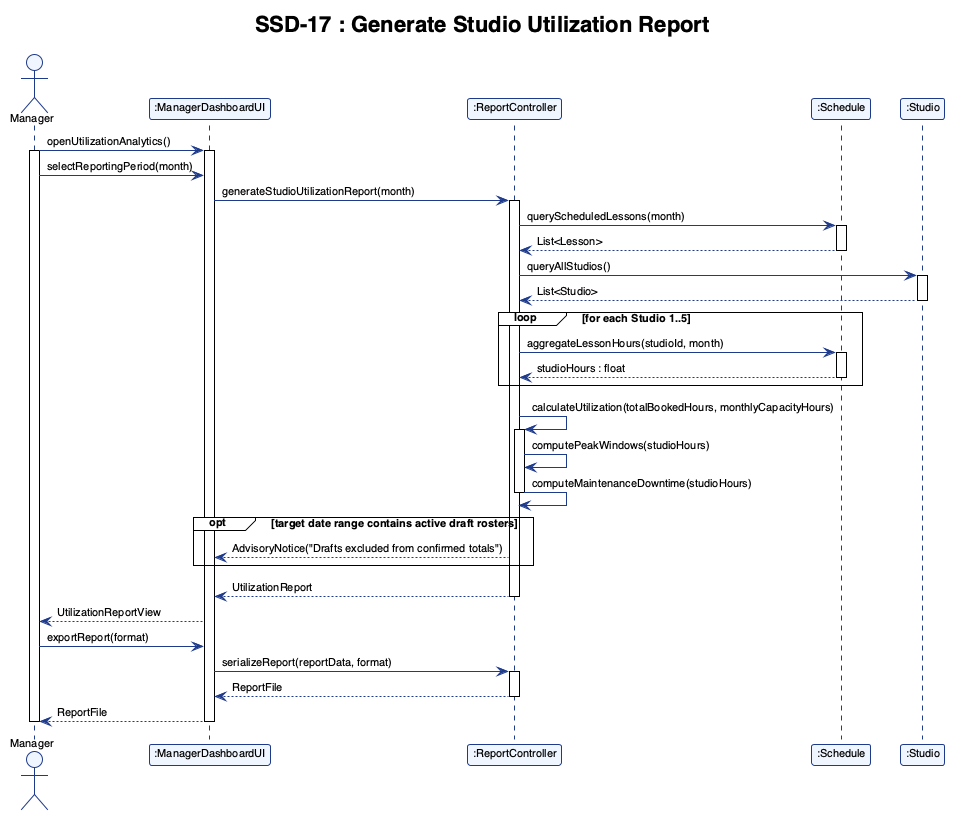
The PlantUML diagram report/assets/ssd_16.png in adoreblvnk/2001temp, before a commit.
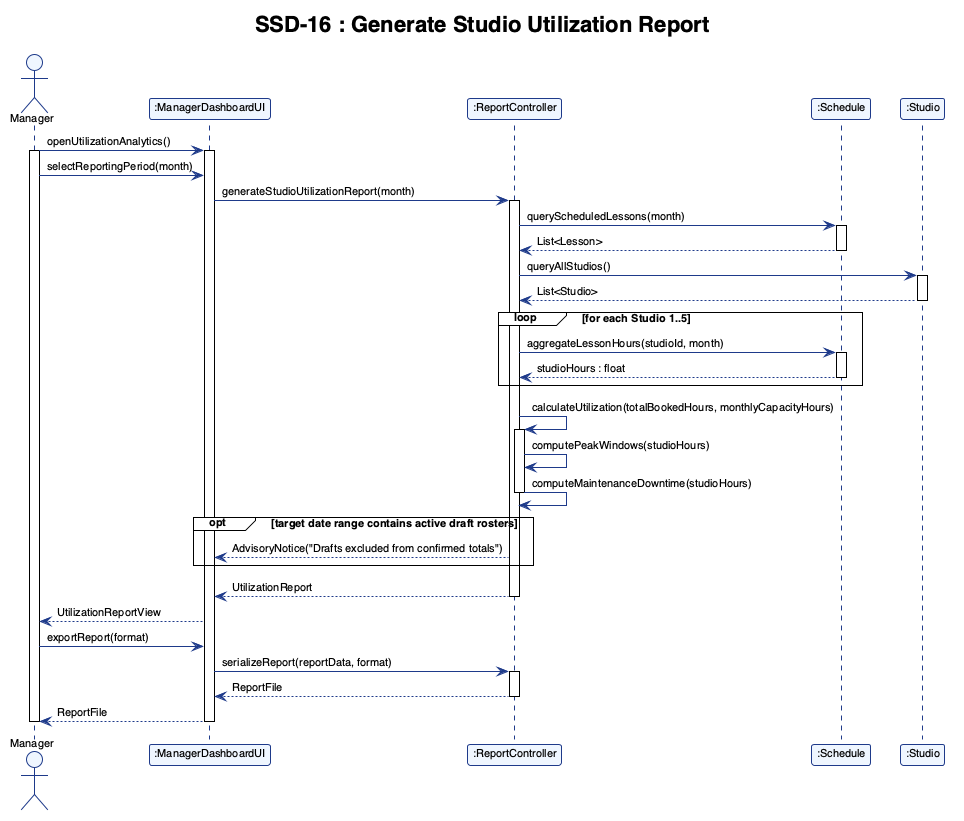
The same diagram one commit later.

Change to the diagram source:
```diff
@@ -1,4 +1,4 @@
-@startuml ssd_17
+@startuml ssd_16
 !theme plain
 skinparam shadowing false
 skinparam defaultFontName "Helvetica", "Arial", sans-serif
@@ -13,7 +13,7 @@
     ActorBackgroundColor #EFF6FF
 }
 
-title SSD-17 : Generate Studio Utilization Report
+title SSD-16 : Generate Studio Utilization Report
 
 actor "Manager" as Manager
 participant ":ManagerDashboardUI" as UI
```
